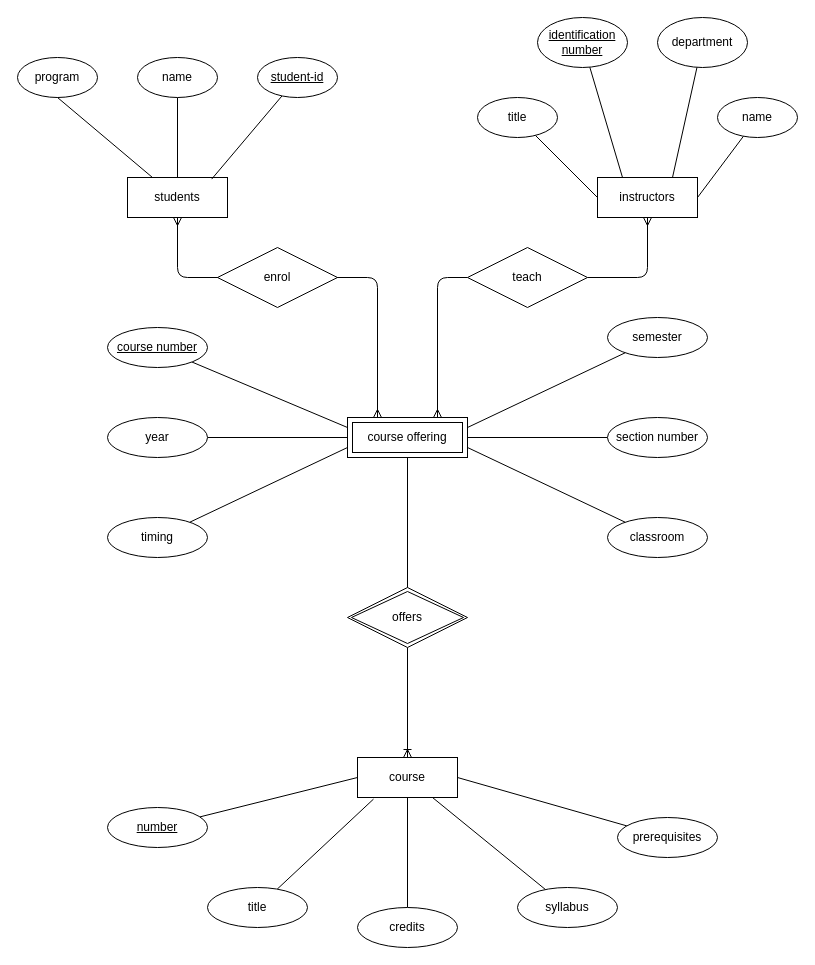
Before: DBMS_lab_2.drawio in abhishekkumar11724/ER_diagram, a draw.io diagram. Source tidied: cells renumbered, new cells numbered last; positions are measured from the earlier drawing's top-left corner, leaving out a move shared by most shapes. Both pictures are drawn from the tidied source at 100%, with x=0, y=0 at pixel (17, 17).
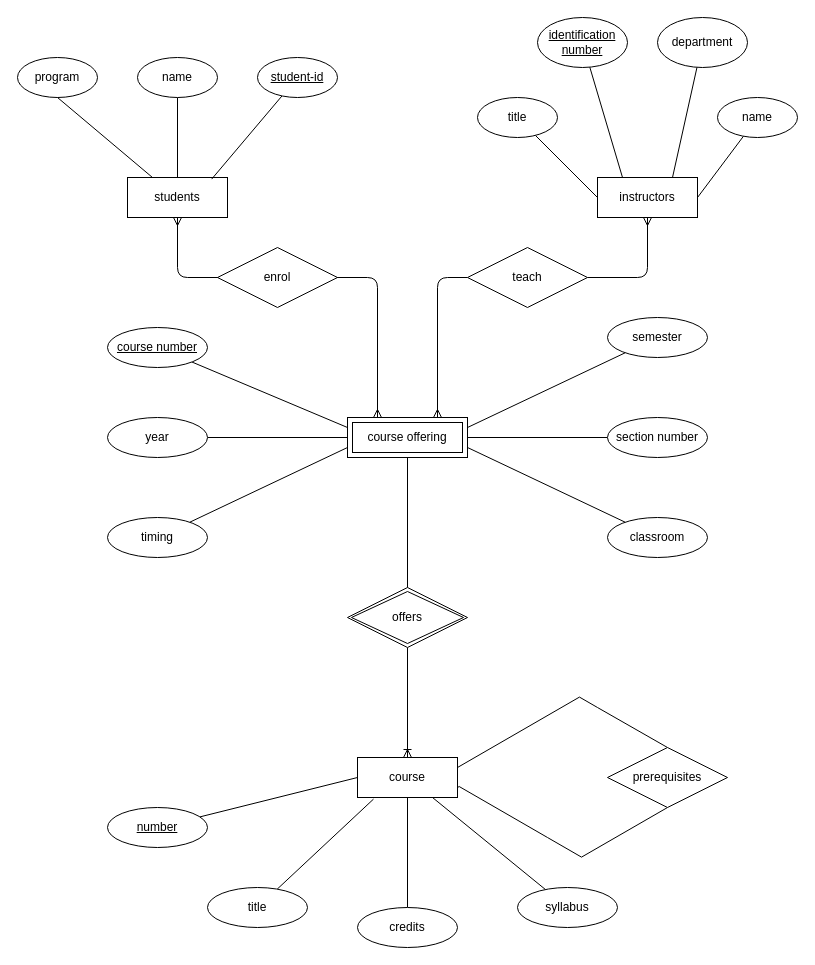
The same page after the edit.

The change refers to these unchanged cells:
```xml
<mxCell id="4" value="course" style="whiteSpace=wrap;html=1;align=center;" parent="1" vertex="1">
  <mxGeometry x="340" y="740" width="100" height="40" as="geometry" />
</mxCell>
```

The edit, as a diff of the source:
```diff
@@
-    <mxCell id="24" style="edgeStyle=none;rounded=0;jettySize=auto;html=1;entryX=1;entryY=0.5;entryDx=0;entryDy=0;endArrow=none;endFill=0;strokeColor=default;" parent="1" edge="1" source="25" target="4">
-      <mxGeometry relative="1" as="geometry" />
-    </mxCell>
-    <mxCell id="25" value="prerequisites" style="ellipse;whiteSpace=wrap;html=1;align=center;" parent="1" vertex="1">
-      <mxGeometry x="600" y="800" width="100" height="40" as="geometry" />
-    </mxCell>
@@
+    <mxCell id="51" style="edgeStyle=isometricEdgeStyle;rounded=0;jettySize=auto;html=1;exitX=0.5;exitY=0;exitDx=0;exitDy=0;entryX=1;entryY=0.25;entryDx=0;entryDy=0;endArrow=none;endFill=0;strokeColor=default;" parent="1" edge="1" source="25" target="4">
+      <mxGeometry relative="1" as="geometry">
+        <Array as="points">
+          <mxPoint x="580" y="690" />
+          <mxPoint x="560" y="680" />
+          <mxPoint x="590" y="690" />
+        </Array>
+      </mxGeometry>
+    </mxCell>
+    <mxCell id="52" style="edgeStyle=isometricEdgeStyle;rounded=0;jettySize=auto;html=1;entryX=1;entryY=0.75;entryDx=0;entryDy=0;endArrow=none;endFill=0;strokeColor=default;exitX=0.5;exitY=1;exitDx=0;exitDy=0;" parent="1" edge="1" source="25" target="4">
+      <mxGeometry relative="1" as="geometry">
+        <Array as="points">
+          <mxPoint x="530" y="820" />
+          <mxPoint x="560" y="810" />
+          <mxPoint x="550" y="800" />
+        </Array>
+      </mxGeometry>
+    </mxCell>
+    <mxCell id="25" value="prerequisites" style="shape=rhombus;perimeter=rhombusPerimeter;whiteSpace=wrap;html=1;align=center;" parent="1" vertex="1">
+      <mxGeometry x="590" y="730" width="120" height="60" as="geometry" />
+    </mxCell>
```
